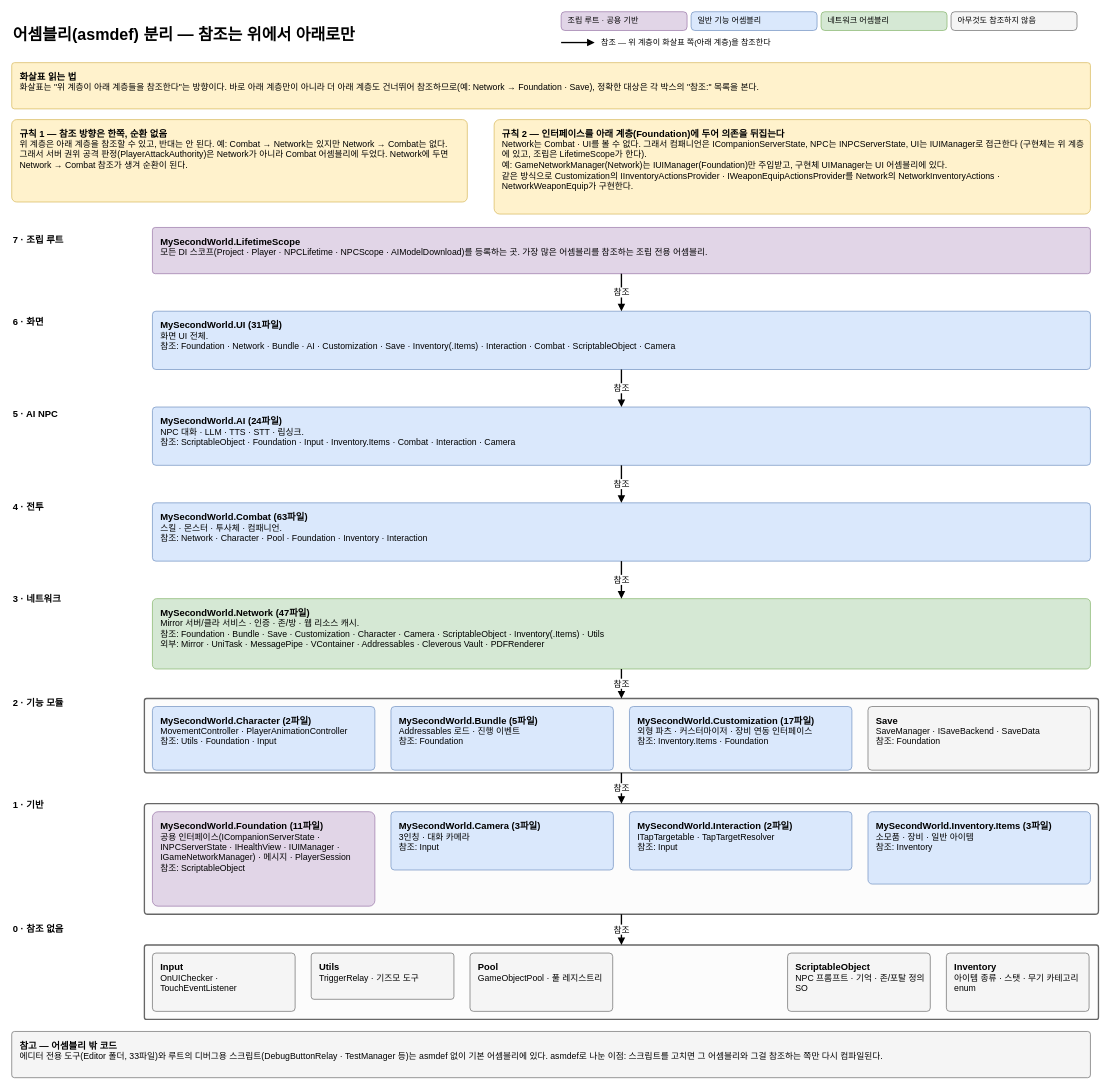
BAESOOHYUN/MySecondWorld-Architecture keeps this draw.io diagram as page "3. 어셈블리 구조" (3 of 13) of architecture.drawio. Above is the earlier version. Source tidied: cells renumbered, new cells numbered last; positions are measured from the earlier drawing's top-left corner, leaving out a move shared by most shapes. Both pictures are drawn from the tidied source at 67%, with x=0, y=0 at pixel (11, 11).
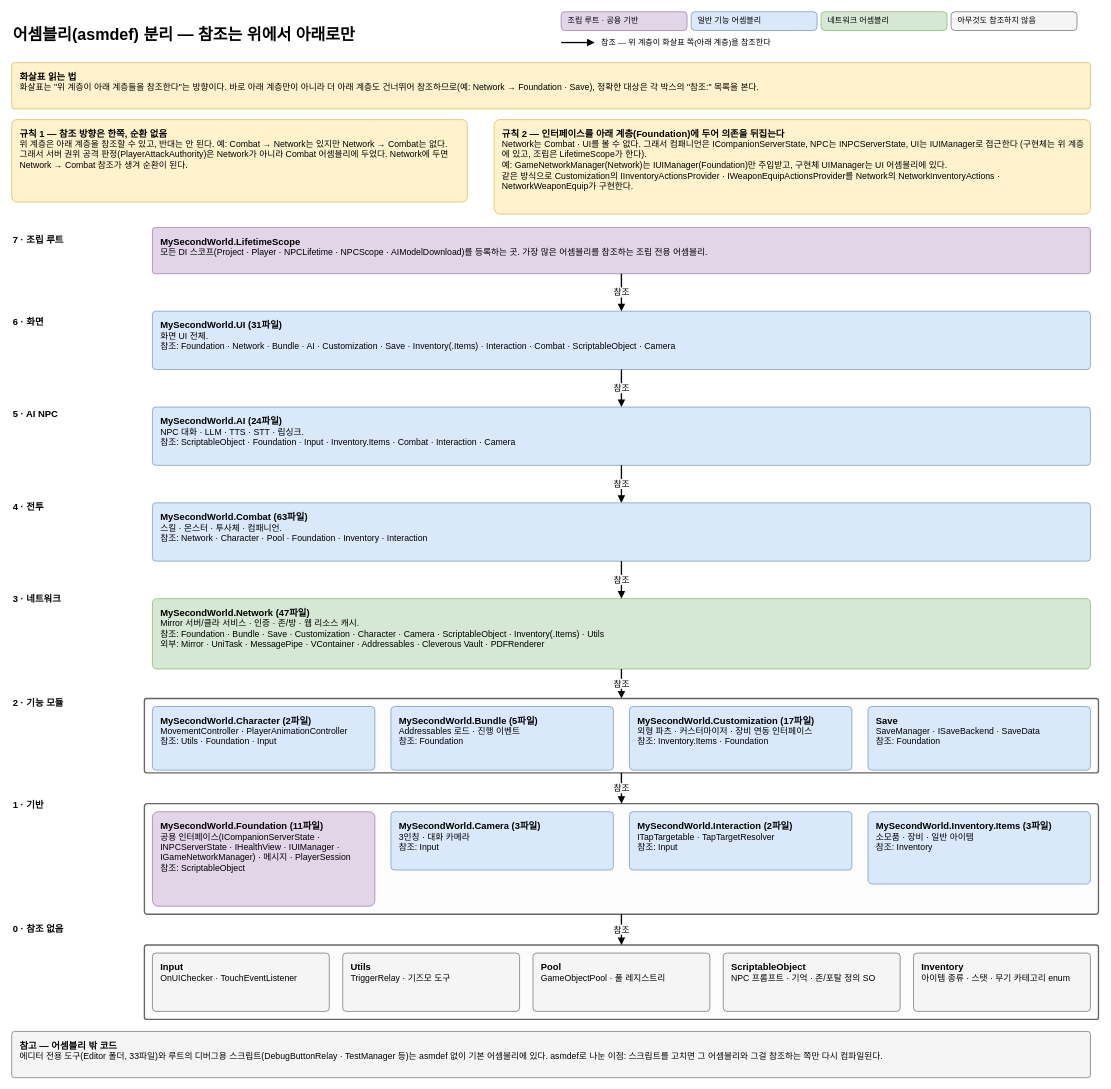
After the change.

Commit message:
docs(architecture): 3p Save 박스를 기능 모듈 색으로 맞추고 0번 줄 박스 간격을 고르게 정리

Diff of the diagram source:
```diff
@@
     <mxCell id="26" value="&lt;b style=&quot;font-size:14px&quot;&gt;Input&lt;/b&gt;&lt;br&gt;&lt;span style=&quot;font-size:13px&quot;&gt;OnUIChecker · TouchEventListener&lt;/span&gt;" style="rounded=1;arcSize=6;whiteSpace=wrap;html=1;fillColor=#F5F5F5;strokeColor=#666666;align=left;verticalAlign=top;spacingLeft=10;spacingRight=8;spacingTop=6;spacingBottom=4;fontSize=13;" parent="1" vertex="1">
-      <mxGeometry x="210" y="1405" width="213" height="87" as="geometry" />
+      <mxGeometry x="210" y="1405" width="264" height="87" as="geometry" />
     </mxCell>
     <mxCell id="27" value="&lt;b style=&quot;font-size:14px&quot;&gt;Utils&lt;/b&gt;&lt;br&gt;&lt;span style=&quot;font-size:13px&quot;&gt;TriggerRelay · 기즈모 도구&lt;/span&gt;" style="rounded=1;arcSize=6;whiteSpace=wrap;html=1;fillColor=#F5F5F5;strokeColor=#666666;align=left;verticalAlign=top;spacingLeft=10;spacingRight=8;spacingTop=6;spacingBottom=4;fontSize=13;" parent="1" vertex="1">
-      <mxGeometry x="447" y="1405" width="213" height="69" as="geometry" />
+      <mxGeometry x="494" y="1405" width="264" height="87" as="geometry" />
     </mxCell>
     <mxCell id="28" value="&lt;b style=&quot;font-size:14px&quot;&gt;Pool&lt;/b&gt;&lt;br&gt;&lt;span style=&quot;font-size:13px&quot;&gt;GameObjectPool · 풀 레지스트리&lt;/span&gt;" style="rounded=1;arcSize=6;whiteSpace=wrap;html=1;fillColor=#F5F5F5;strokeColor=#666666;align=left;verticalAlign=top;spacingLeft=10;spacingRight=8;spacingTop=6;spacingBottom=4;fontSize=13;" parent="1" vertex="1">
-      <mxGeometry x="684" y="1405" width="213" height="87" as="geometry" />
+      <mxGeometry x="778" y="1405" width="264" height="87" as="geometry" />
     </mxCell>
-    <mxCell id="29" value="&lt;b style=&quot;font-size:14px&quot;&gt;Save&lt;/b&gt;&lt;br&gt;&lt;span style=&quot;font-size:13px&quot;&gt;SaveManager · ISaveBackend · SaveData&lt;br&gt;참조: Foundation&lt;/span&gt;" style="rounded=1;arcSize=6;whiteSpace=wrap;html=1;fillColor=#F5F5F5;strokeColor=#666666;align=left;verticalAlign=top;spacingLeft=10;spacingRight=8;spacingTop=6;spacingBottom=4;fontSize=13;" parent="1" vertex="1">
+    <mxCell id="29" value="&lt;b style=&quot;font-size:14px&quot;&gt;Save&lt;/b&gt;&lt;br&gt;&lt;span style=&quot;font-size:13px&quot;&gt;SaveManager · ISaveBackend · SaveData&lt;br&gt;참조: Foundation&lt;/span&gt;" style="rounded=1;arcSize=6;whiteSpace=wrap;html=1;fillColor=#DAE8FC;strokeColor=#6C8EBF;align=left;verticalAlign=top;spacingLeft=10;spacingRight=8;spacingTop=6;spacingBottom=4;fontSize=13;" parent="1" vertex="1">
       <mxGeometry x="1278" y="1037" width="332" height="95" as="geometry" />
     </mxCell>
     <mxCell id="30" value="&lt;b style=&quot;font-size:14px&quot;&gt;ScriptableObject&lt;/b&gt;&lt;br&gt;&lt;span style=&quot;font-size:13px&quot;&gt;NPC 프롬프트 · 기억 · 존/포탈 정의 SO&lt;/span&gt;" style="rounded=1;arcSize=6;whiteSpace=wrap;html=1;fillColor=#F5F5F5;strokeColor=#666666;align=left;verticalAlign=top;spacingLeft=10;spacingRight=8;spacingTop=6;spacingBottom=4;fontSize=13;" parent="1" vertex="1">
-      <mxGeometry x="1158" y="1405" width="213" height="87" as="geometry" />
+      <mxGeometry x="1062" y="1405" width="264" height="87" as="geometry" />
     </mxCell>
     <mxCell id="31" value="&lt;b style=&quot;font-size:14px&quot;&gt;Inventory&lt;/b&gt;&lt;br&gt;&lt;span style=&quot;font-size:13px&quot;&gt;아이템 종류 · 스탯 · 무기 카테고리 enum&lt;/span&gt;" style="rounded=1;arcSize=6;whiteSpace=wrap;html=1;fillColor=#F5F5F5;strokeColor=#666666;align=left;verticalAlign=top;spacingLeft=10;spacingRight=8;spacingTop=6;spacingBottom=4;fontSize=13;" parent="1" vertex="1">
-      <mxGeometry x="1395" y="1405" width="213" height="87" as="geometry" />
+      <mxGeometry x="1346" y="1405" width="264" height="87" as="geometry" />
     </mxCell>
```
